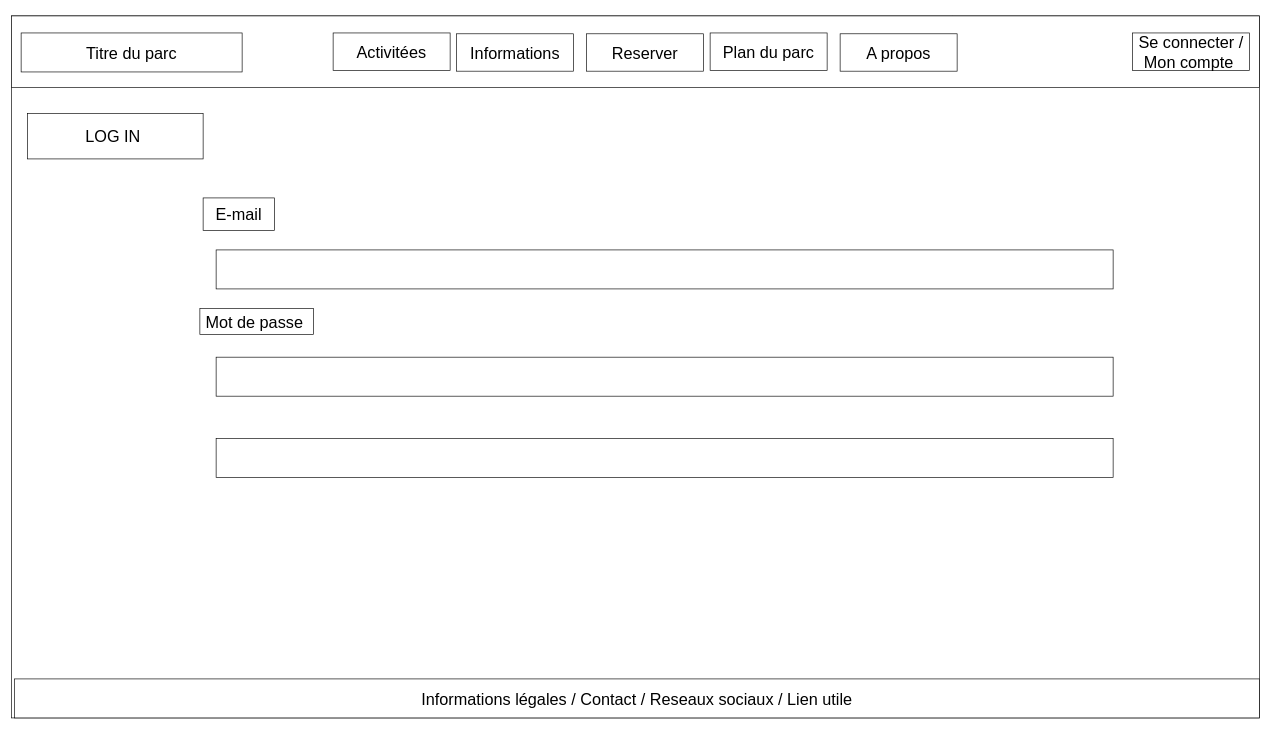
The draw.io diagram page "Connexion" (2 of 9) of doc/wireframe_desktop.drawio in SeguierJonathan/ZombieLand, before the edit. Source tidied: cells renumbered, new cells numbered last; positions are measured from the earlier drawing's top-left corner, leaving out a move shared by most shapes. Both pictures are drawn from the tidied source at 65%, with x=0, y=0 at pixel (11, 16).
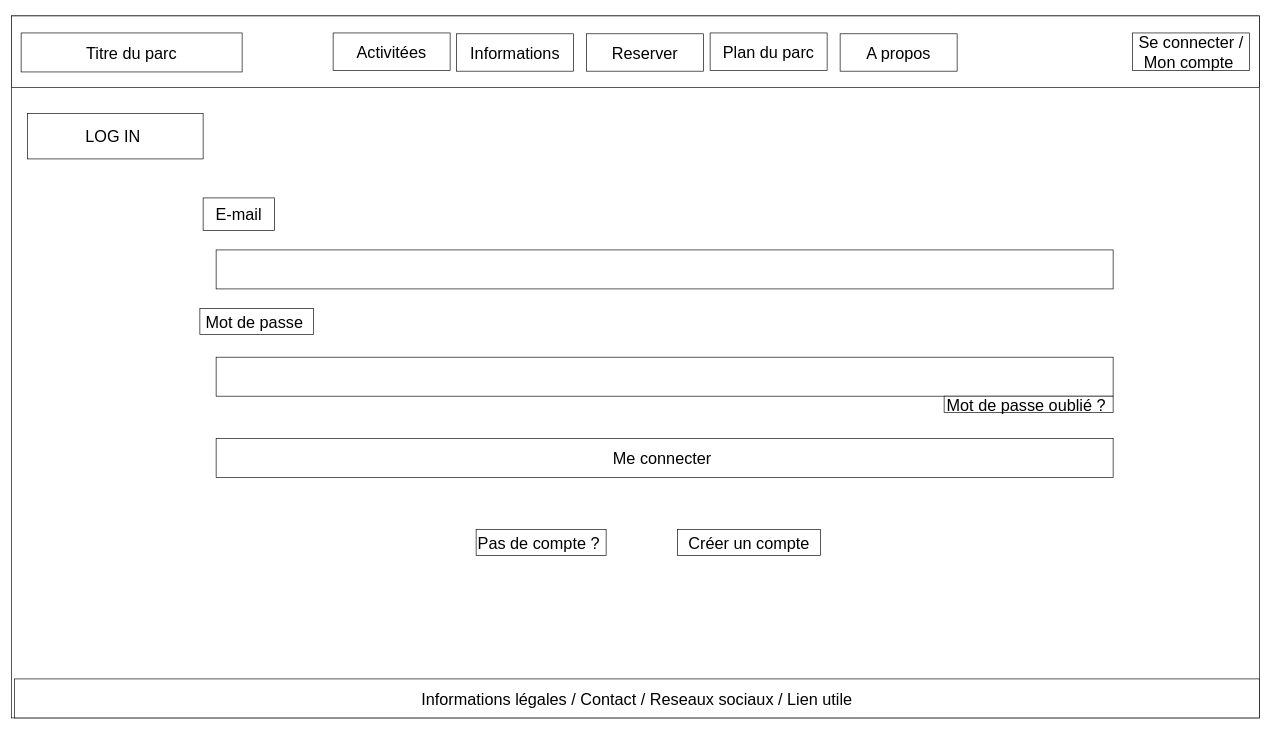
The same diagram, later.

Diff of the diagram source:
```diff
@@
-    <mxCell id="18" style="rounded=0;whiteSpace=wrap;html=1;" parent="1" vertex="1">
+    <mxCell id="18" value="&lt;font style=&quot;font-size: 25px;&quot;&gt;Me connecter&amp;nbsp;&lt;/font&gt;" style="rounded=0;whiteSpace=wrap;html=1;" parent="1" vertex="1">
       <mxGeometry x="315" y="650" width="1380" height="60" as="geometry" />
     </mxCell>
+    <mxCell id="19" value="&lt;font style=&quot;font-size: 25px;&quot;&gt;Pas de compte ?&amp;nbsp;&lt;/font&gt;" style="rounded=0;whiteSpace=wrap;html=1;" parent="1" vertex="1">
+      <mxGeometry x="715" y="790" width="200" height="40" as="geometry" />
+    </mxCell>
+    <mxCell id="20" value="&lt;font style=&quot;font-size: 25px;&quot;&gt;Créer un compte&lt;/font&gt;" style="rounded=0;whiteSpace=wrap;html=1;" parent="1" vertex="1">
+      <mxGeometry x="1025" y="790" width="220" height="40" as="geometry" />
+    </mxCell>
+    <mxCell id="21" value="&lt;font style=&quot;font-size: 25px;&quot;&gt;Mot de passe oublié ?&amp;nbsp;&lt;/font&gt;" style="rounded=0;whiteSpace=wrap;html=1;" parent="1" vertex="1">
+      <mxGeometry x="1435" y="585" width="260" height="25" as="geometry" />
+    </mxCell>
```
